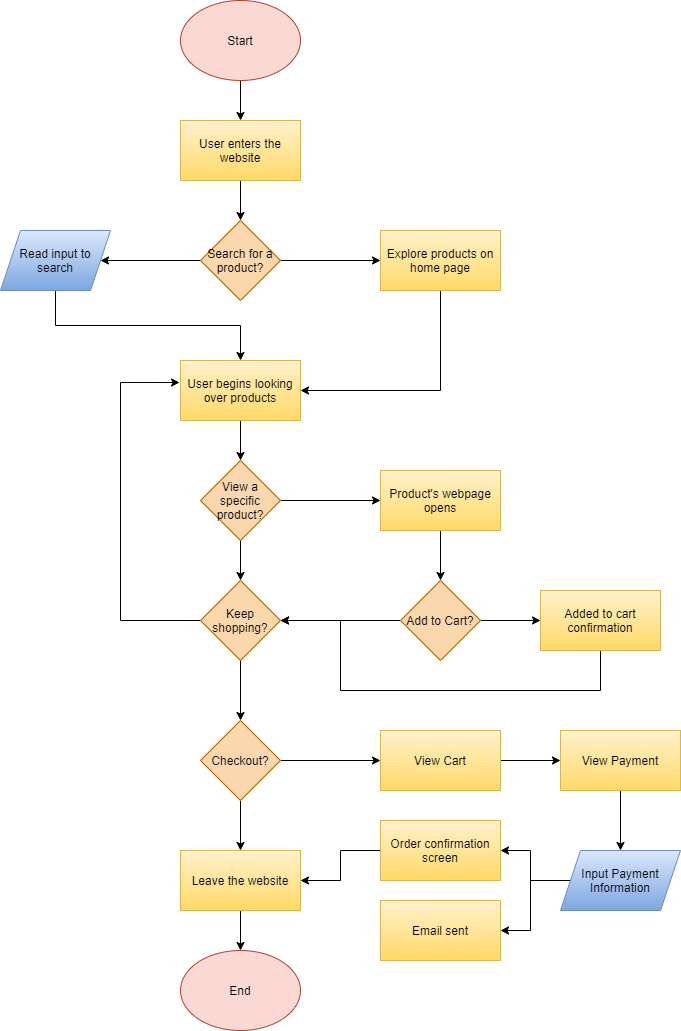
aaronc789/sp21-cse110--lab4 keeps this draw.io diagram as part2/part2.drawio.png. Above is the earlier version. Source tidied: cells renumbered, new cells last; positions are measured from the earlier drawing's top-left corner, leaving out a move shared by most shapes.
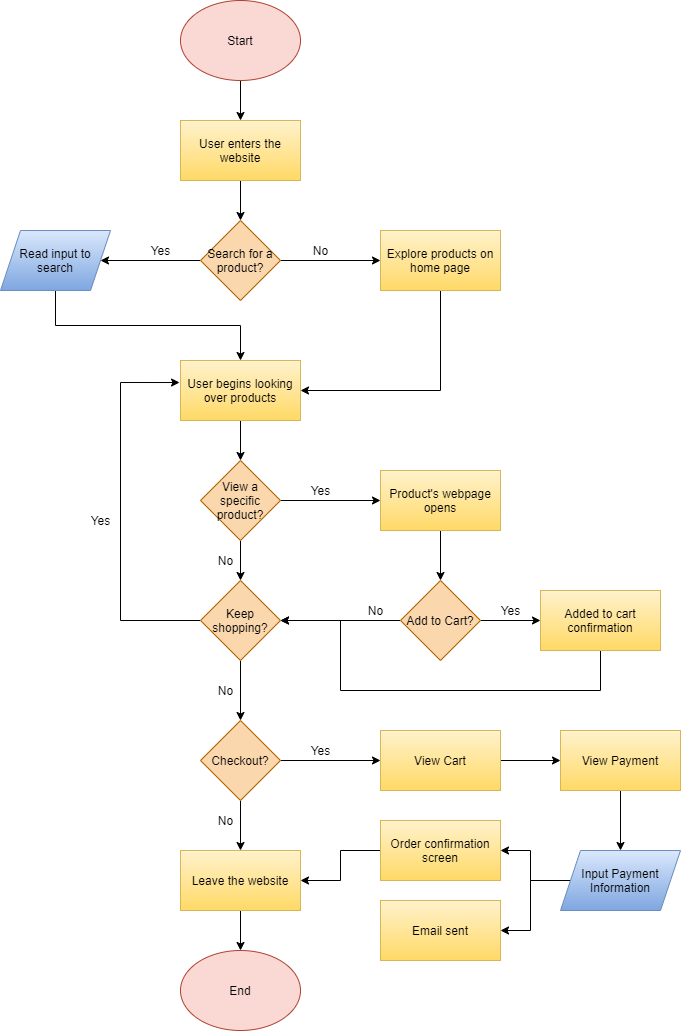
Above is the later version.

Change to the diagram source:
```diff
@@ -14,7 +14,7 @@
     <mxCell id="5" style="edgeStyle=orthogonalEdgeStyle;rounded=0;jettySize=auto;html=1;exitX=0.5;exitY=1;exitDx=0;exitDy=0;entryX=1;entryY=0.5;entryDx=0;entryDy=0;fontColor=#000000;" parent="1" edge="1" source="12" target="11">
       <mxGeometry relative="1" as="geometry" />
     </mxCell>
-    <mxCell id="6" value="No" style="text;html=1;align=center;verticalAlign=middle;fontColor=#FFFFFF;" parent="1" vertex="1">
+    <mxCell id="6" value="No" style="text;html=1;align=center;verticalAlign=middle;fontColor=#000000;" parent="1" vertex="1">
       <mxGeometry x="305" y="240" width="30" height="20" as="geometry" />
     </mxCell>
     <mxCell id="7" style="edgeStyle=orthogonalEdgeStyle;rounded=0;jettySize=auto;html=1;exitX=0.5;exitY=1;exitDx=0;exitDy=0;entryX=0.5;entryY=0;entryDx=0;entryDy=0;fontColor=#000000;" parent="1" edge="1" source="8" target="11">
@@ -23,7 +23,7 @@
     <mxCell id="8" value="Read input to search" style="shape=parallelogram;perimeter=parallelogramPerimeter;whiteSpace=wrap;html=1;fixedSize=1;gradientColor=#7ea6e0;fillColor=#dae8fc;strokeColor=#6c8ebf;fontColor=#000000;" parent="1" vertex="1">
       <mxGeometry y="230" width="110" height="60" as="geometry" />
     </mxCell>
-    <mxCell id="9" value="Yes" style="text;html=1;align=center;verticalAlign=middle;fontColor=#FFFFFF;" parent="1" vertex="1">
+    <mxCell id="9" value="Yes" style="text;html=1;align=center;verticalAlign=middle;fontColor=#000000;" parent="1" vertex="1">
       <mxGeometry x="140" y="240" width="40" height="20" as="geometry" />
     </mxCell>
     <mxCell id="10" style="edgeStyle=orthogonalEdgeStyle;rounded=0;jettySize=auto;html=1;exitX=0.5;exitY=1;exitDx=0;exitDy=0;entryX=0.5;entryY=0;entryDx=0;entryDy=0;fontColor=#000000;" parent="1" edge="1" source="11" target="18">
@@ -53,7 +53,7 @@
     <mxCell id="18" value="View a specific product?" style="rhombus;whiteSpace=wrap;html=1;fillColor=#fad7ac;strokeColor=#b46504;fontColor=#000000;" parent="1" vertex="1">
       <mxGeometry x="200" y="460" width="80" height="80" as="geometry" />
     </mxCell>
-    <mxCell id="19" value="Yes" style="text;html=1;align=center;verticalAlign=middle;fontColor=#FFFFFF;" parent="1" vertex="1">
+    <mxCell id="19" value="Yes" style="text;html=1;align=center;verticalAlign=middle;fontColor=#000000;" parent="1" vertex="1">
       <mxGeometry x="80" y="510" width="40" height="20" as="geometry" />
     </mxCell>
     <mxCell id="20" style="edgeStyle=orthogonalEdgeStyle;rounded=0;jettySize=auto;html=1;exitX=0.5;exitY=1;exitDx=0;exitDy=0;entryX=0.5;entryY=0;entryDx=0;entryDy=0;fontColor=#000000;" parent="1" edge="1" source="21" target="15">
@@ -62,7 +62,7 @@
     <mxCell id="21" value="Product's webpage opens" style="rounded=0;whiteSpace=wrap;html=1;fillColor=#fff2cc;strokeColor=#d6b656;gradientColor=#ffd966;fontColor=#000000;" parent="1" vertex="1">
       <mxGeometry x="380" y="470" width="120" height="60" as="geometry" />
     </mxCell>
-    <mxCell id="22" value="Yes" style="text;html=1;align=center;verticalAlign=middle;fontColor=#FFFFFF;" parent="1" vertex="1">
+    <mxCell id="22" value="Yes" style="text;html=1;align=center;verticalAlign=middle;fontColor=#000000;" parent="1" vertex="1">
       <mxGeometry x="300" y="480" width="40" height="20" as="geometry" />
     </mxCell>
     <mxCell id="23" style="edgeStyle=orthogonalEdgeStyle;rounded=0;jettySize=auto;html=1;exitX=0;exitY=0.5;exitDx=0;exitDy=0;entryX=-0.008;entryY=0.367;entryDx=0;entryDy=0;entryPerimeter=0;fontColor=#000000;" parent="1" edge="1" source="25" target="11">
@@ -88,13 +88,13 @@
     <mxCell id="28" value="Checkout?" style="rhombus;whiteSpace=wrap;html=1;fillColor=#fad7ac;strokeColor=#b46504;fontColor=#000000;" parent="1" vertex="1">
       <mxGeometry x="200" y="720" width="80" height="80" as="geometry" />
     </mxCell>
-    <mxCell id="29" value="No" style="text;html=1;align=center;verticalAlign=middle;fontColor=#FFFFFF;" parent="1" vertex="1">
+    <mxCell id="29" value="No" style="text;html=1;align=center;verticalAlign=middle;fontColor=#000000;" parent="1" vertex="1">
       <mxGeometry x="210" y="680" width="30" height="20" as="geometry" />
     </mxCell>
-    <mxCell id="30" value="No" style="text;html=1;align=center;verticalAlign=middle;fontColor=#FFFFFF;" parent="1" vertex="1">
+    <mxCell id="30" value="No" style="text;html=1;align=center;verticalAlign=middle;fontColor=#000000;" parent="1" vertex="1">
       <mxGeometry x="210" y="550" width="30" height="20" as="geometry" />
     </mxCell>
-    <mxCell id="31" value="No" style="text;html=1;align=center;verticalAlign=middle;fontColor=#FFFFFF;" parent="1" vertex="1">
+    <mxCell id="31" value="No" style="text;html=1;align=center;verticalAlign=middle;fontColor=#000000;" parent="1" vertex="1">
       <mxGeometry x="360" y="600" width="30" height="20" as="geometry" />
     </mxCell>
     <mxCell id="32" style="edgeStyle=orthogonalEdgeStyle;rounded=0;jettySize=auto;html=1;exitX=0.5;exitY=1;exitDx=0;exitDy=0;fontColor=#000000;" parent="1" edge="1" source="33">
@@ -110,7 +110,7 @@
     <mxCell id="33" value="Added to cart confirmation" style="rounded=0;whiteSpace=wrap;html=1;fillColor=#fff2cc;strokeColor=#d6b656;gradientColor=#ffd966;fontColor=#000000;" parent="1" vertex="1">
       <mxGeometry x="540" y="590" width="120" height="60" as="geometry" />
     </mxCell>
-    <mxCell id="34" value="Yes" style="text;html=1;align=center;verticalAlign=middle;fontColor=#FFFFFF;" parent="1" vertex="1">
+    <mxCell id="34" value="Yes" style="text;html=1;align=center;verticalAlign=middle;fontColor=#000000;" parent="1" vertex="1">
       <mxGeometry x="490" y="600" width="40" height="20" as="geometry" />
     </mxCell>
     <mxCell id="35" style="edgeStyle=orthogonalEdgeStyle;rounded=0;jettySize=auto;html=1;exitX=0.5;exitY=1;exitDx=0;exitDy=0;fontColor=#000000;" parent="1" edge="1" source="36" target="37">
@@ -122,7 +122,7 @@
     <mxCell id="37" value="&lt;font&gt;End&lt;/font&gt;" style="ellipse;whiteSpace=wrap;html=1;fillColor=#fad9d5;strokeColor=#ae4132;fontColor=#000000;" parent="1" vertex="1">
       <mxGeometry x="180" y="950" width="120" height="80" as="geometry" />
     </mxCell>
-    <mxCell id="38" value="No" style="text;html=1;align=center;verticalAlign=middle;fontColor=#FFFFFF;" parent="1" vertex="1">
+    <mxCell id="38" value="No" style="text;html=1;align=center;verticalAlign=middle;fontColor=#000000;" parent="1" vertex="1">
       <mxGeometry x="210" y="810" width="30" height="20" as="geometry" />
     </mxCell>
     <mxCell id="39" style="edgeStyle=orthogonalEdgeStyle;rounded=0;jettySize=auto;html=1;exitX=1;exitY=0.5;exitDx=0;exitDy=0;entryX=0;entryY=0.5;entryDx=0;entryDy=0;fontColor=#000000;" parent="1" edge="1" source="40" target="43">
@@ -131,7 +131,7 @@
     <mxCell id="40" value="View Cart" style="rounded=0;whiteSpace=wrap;html=1;fillColor=#fff2cc;strokeColor=#d6b656;gradientColor=#ffd966;fontColor=#000000;" parent="1" vertex="1">
       <mxGeometry x="380" y="730" width="120" height="60" as="geometry" />
     </mxCell>
-    <mxCell id="41" value="Yes" style="text;html=1;align=center;verticalAlign=middle;fontColor=#FFFFFF;" parent="1" vertex="1">
+    <mxCell id="41" value="Yes" style="text;html=1;align=center;verticalAlign=middle;fontColor=#000000;" parent="1" vertex="1">
       <mxGeometry x="300" y="740" width="40" height="20" as="geometry" />
     </mxCell>
     <mxCell id="42" style="edgeStyle=orthogonalEdgeStyle;rounded=0;jettySize=auto;html=1;exitX=0.5;exitY=1;exitDx=0;exitDy=0;entryX=0.5;entryY=0;entryDx=0;entryDy=0;fontColor=#000000;" parent="1" edge="1" source="43" target="46">
```
